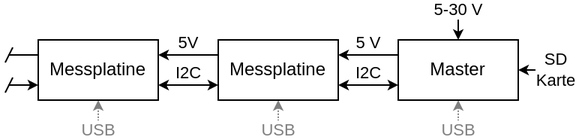
The draw.io diagram doc/img/arch_system.png in tstrahler/pwt-temp, before a commit. Source tidied: cells renumbered, new cells last; positions are measured from the earlier drawing's top-left corner, leaving out a move shared by most shapes. Source of this version:
```xml
<mxGraphModel>
  <root>
    <mxCell id="0" />
    <mxCell id="1" parent="0" />
    <mxCell id="2" value="USB" style="edgeStyle=orthogonalEdgeStyle;rounded=0;jettySize=auto;html=1;exitX=0.5;exitY=1;exitDx=0;exitDy=0;startArrow=classic;startFill=1;endArrow=none;endFill=0;startSize=4;endSize=4;strokeColor=#808080;fontColor=#808080;dashed=1;dashPattern=1 1;" parent="1" edge="1" source="5">
      <mxGeometry x="1" relative="1" as="geometry">
        <mxPoint x="62" y="80" as="targetPoint" />
      </mxGeometry>
    </mxCell>
    <mxCell id="3" style="edgeStyle=orthogonalEdgeStyle;rounded=0;jettySize=auto;html=1;exitX=0;exitY=0.75;exitDx=0;exitDy=0;startArrow=classic;startFill=1;endArrow=none;endFill=0;startSize=4;endSize=4;" parent="1" edge="1" source="5">
      <mxGeometry relative="1" as="geometry">
        <mxPoint x="2" y="50" as="targetPoint" />
      </mxGeometry>
    </mxCell>
    <mxCell id="4" style="edgeStyle=orthogonalEdgeStyle;rounded=0;jettySize=auto;html=1;exitX=0;exitY=0.25;exitDx=0;exitDy=0;startArrow=none;startFill=0;endArrow=none;endFill=0;startSize=4;endSize=4;" parent="1" edge="1" source="5">
      <mxGeometry relative="1" as="geometry">
        <mxPoint x="2" y="30.1" as="targetPoint" />
      </mxGeometry>
    </mxCell>
    <mxCell id="5" value="Messplatine" style="rounded=0;whiteSpace=wrap;html=1;strokeColor=#000000;fillColor=default;" parent="1" vertex="1">
      <mxGeometry x="22" y="20" width="80" height="40" as="geometry" />
    </mxCell>
    <mxCell id="6" value="&amp;nbsp;5V&amp;nbsp;" style="edgeStyle=orthogonalEdgeStyle;rounded=0;jettySize=auto;html=1;exitX=0;exitY=0.25;exitDx=0;exitDy=0;entryX=1;entryY=0.25;entryDx=0;entryDy=0;startArrow=none;startFill=0;endArrow=classic;endFill=1;startSize=4;endSize=4;spacingTop=4;" parent="1" edge="1" source="9" target="5">
      <mxGeometry y="-10" relative="1" as="geometry" />
    </mxCell>
    <mxCell id="7" value="USB" style="edgeStyle=orthogonalEdgeStyle;rounded=0;jettySize=auto;html=1;exitX=0.5;exitY=1;exitDx=0;exitDy=0;startArrow=classic;startFill=1;endArrow=none;endFill=0;startSize=4;endSize=4;strokeColor=#808080;fontColor=#808080;dashed=1;dashPattern=1 1;" parent="1" edge="1" source="9">
      <mxGeometry x="1" relative="1" as="geometry">
        <mxPoint x="182" y="80" as="targetPoint" />
      </mxGeometry>
    </mxCell>
    <mxCell id="8" value="I2C" style="edgeStyle=orthogonalEdgeStyle;rounded=0;jettySize=auto;html=1;exitX=0;exitY=0.75;exitDx=0;exitDy=0;entryX=1;entryY=0.75;entryDx=0;entryDy=0;startArrow=classic;startFill=1;endArrow=classic;endFill=1;startSize=4;endSize=4;spacingTop=4;" parent="1" edge="1" source="9" target="5">
      <mxGeometry y="-10" relative="1" as="geometry" />
    </mxCell>
    <mxCell id="9" value="Messplatine" style="rounded=0;whiteSpace=wrap;html=1;strokeColor=#000000;fillColor=default;" parent="1" vertex="1">
      <mxGeometry x="142" y="20" width="80" height="40" as="geometry" />
    </mxCell>
    <mxCell id="10" value="5-30 V" style="edgeStyle=orthogonalEdgeStyle;rounded=0;jettySize=auto;html=1;exitX=0.5;exitY=0;exitDx=0;exitDy=0;startSize=4;endSize=4;endArrow=none;endFill=0;startArrow=classic;startFill=1;" parent="1" edge="1" source="15">
      <mxGeometry x="1" relative="1" as="geometry">
        <mxPoint x="302" as="targetPoint" />
      </mxGeometry>
    </mxCell>
    <mxCell id="11" value="&amp;nbsp;5 V&amp;nbsp;" style="edgeStyle=orthogonalEdgeStyle;rounded=0;jettySize=auto;html=1;exitX=0;exitY=0.25;exitDx=0;exitDy=0;entryX=1;entryY=0.25;entryDx=0;entryDy=0;startArrow=none;startFill=0;endArrow=classic;endFill=1;startSize=4;endSize=4;spacingTop=4;" parent="1" edge="1" source="15" target="9">
      <mxGeometry y="-10" relative="1" as="geometry" />
    </mxCell>
    <mxCell id="12" value="USB" style="edgeStyle=orthogonalEdgeStyle;rounded=0;jettySize=auto;html=1;exitX=0.5;exitY=1;exitDx=0;exitDy=0;startArrow=classic;startFill=1;endArrow=none;endFill=0;startSize=4;endSize=4;strokeColor=#808080;fontColor=#808080;dashed=1;dashPattern=1 1;" parent="1" edge="1" source="15">
      <mxGeometry x="1" relative="1" as="geometry">
        <mxPoint x="302" y="80" as="targetPoint" />
      </mxGeometry>
    </mxCell>
    <mxCell id="13" value="I2C" style="edgeStyle=orthogonalEdgeStyle;rounded=0;jettySize=auto;html=1;exitX=0;exitY=0.75;exitDx=0;exitDy=0;entryX=1;entryY=0.75;entryDx=0;entryDy=0;startArrow=classic;startFill=1;endArrow=classic;endFill=1;startSize=4;endSize=4;spacingTop=4;" parent="1" edge="1" source="15" target="9">
      <mxGeometry y="-10" relative="1" as="geometry" />
    </mxCell>
    <mxCell id="14" value="SD&lt;br&gt;Karte" style="edgeStyle=orthogonalEdgeStyle;rounded=0;jettySize=auto;html=1;exitX=1;exitY=0.5;exitDx=0;exitDy=0;startArrow=classic;startFill=1;endArrow=none;endFill=0;startSize=4;endSize=4;" parent="1" edge="1" source="15">
      <mxGeometry x="1" relative="1" as="geometry">
        <mxPoint x="367" y="40" as="targetPoint" />
      </mxGeometry>
    </mxCell>
    <mxCell id="15" value="Master" style="rounded=0;whiteSpace=wrap;html=1;strokeColor=#000000;fillColor=default;" parent="1" vertex="1">
      <mxGeometry x="262" y="20" width="80" height="40" as="geometry" />
    </mxCell>
    <mxCell id="16" style="endArrow=none;html=1;rounded=0;startSize=4;endSize=4;" parent="1" edge="1">
      <mxGeometry relative="1" as="geometry">
        <mxPoint y="35" as="sourcePoint" />
        <mxPoint x="5" y="25" as="targetPoint" />
      </mxGeometry>
    </mxCell>
    <mxCell id="17" style="endArrow=none;html=1;rounded=0;startSize=4;endSize=4;" parent="1" edge="1">
      <mxGeometry relative="1" as="geometry">
        <mxPoint y="55" as="sourcePoint" />
        <mxPoint x="5" y="45" as="targetPoint" />
      </mxGeometry>
    </mxCell>
  </root>
</mxGraphModel>
```
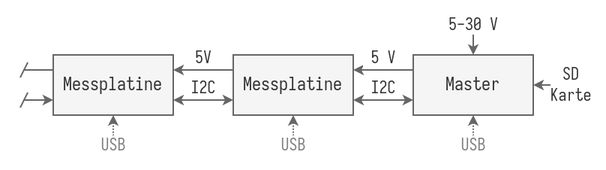
Above is the later version.

What changed in the source:
```diff
@@ -2,69 +2,69 @@
   <root>
     <mxCell id="0" />
     <mxCell id="1" parent="0" />
-    <mxCell id="2" value="USB" style="edgeStyle=orthogonalEdgeStyle;rounded=0;jettySize=auto;html=1;exitX=0.5;exitY=1;exitDx=0;exitDy=0;startArrow=classic;startFill=1;endArrow=none;endFill=0;startSize=4;endSize=4;strokeColor=#808080;fontColor=#808080;dashed=1;dashPattern=1 1;" parent="1" edge="1" source="5">
+    <mxCell id="2" value="USB" style="edgeStyle=orthogonalEdgeStyle;rounded=0;jettySize=auto;html=1;exitX=0.5;exitY=1;exitDx=0;exitDy=0;startArrow=classic;startFill=1;endArrow=none;endFill=0;startSize=4;endSize=4;strokeColor=#666666;fontColor=#808080;dashed=1;dashPattern=1 1;fillColor=#f5f5f5;fontFamily=Iosevka;" parent="1" edge="1" source="5">
       <mxGeometry x="1" relative="1" as="geometry">
         <mxPoint x="62" y="80" as="targetPoint" />
       </mxGeometry>
     </mxCell>
-    <mxCell id="3" style="edgeStyle=orthogonalEdgeStyle;rounded=0;jettySize=auto;html=1;exitX=0;exitY=0.75;exitDx=0;exitDy=0;startArrow=classic;startFill=1;endArrow=none;endFill=0;startSize=4;endSize=4;" parent="1" edge="1" source="5">
+    <mxCell id="3" style="edgeStyle=orthogonalEdgeStyle;rounded=0;jettySize=auto;html=1;exitX=0;exitY=0.75;exitDx=0;exitDy=0;startArrow=classic;startFill=1;endArrow=none;endFill=0;startSize=4;endSize=4;fillColor=#f5f5f5;strokeColor=#666666;fontFamily=Iosevka;" parent="1" edge="1" source="5">
       <mxGeometry relative="1" as="geometry">
         <mxPoint x="2" y="50" as="targetPoint" />
       </mxGeometry>
     </mxCell>
-    <mxCell id="4" style="edgeStyle=orthogonalEdgeStyle;rounded=0;jettySize=auto;html=1;exitX=0;exitY=0.25;exitDx=0;exitDy=0;startArrow=none;startFill=0;endArrow=none;endFill=0;startSize=4;endSize=4;" parent="1" edge="1" source="5">
+    <mxCell id="4" style="edgeStyle=orthogonalEdgeStyle;rounded=0;jettySize=auto;html=1;exitX=0;exitY=0.25;exitDx=0;exitDy=0;startArrow=none;startFill=0;endArrow=none;endFill=0;startSize=4;endSize=4;fillColor=#f5f5f5;strokeColor=#666666;fontFamily=Iosevka;" parent="1" edge="1" source="5">
       <mxGeometry relative="1" as="geometry">
         <mxPoint x="2" y="30.1" as="targetPoint" />
       </mxGeometry>
     </mxCell>
-    <mxCell id="5" value="Messplatine" style="rounded=0;whiteSpace=wrap;html=1;strokeColor=#000000;fillColor=default;" parent="1" vertex="1">
+    <mxCell id="5" value="Messplatine" style="rounded=0;whiteSpace=wrap;html=1;strokeColor=#666666;fillColor=#f5f5f5;fontColor=#333333;fontFamily=Iosevka;" parent="1" vertex="1">
       <mxGeometry x="22" y="20" width="80" height="40" as="geometry" />
     </mxCell>
-    <mxCell id="6" value="&amp;nbsp;5V&amp;nbsp;" style="edgeStyle=orthogonalEdgeStyle;rounded=0;jettySize=auto;html=1;exitX=0;exitY=0.25;exitDx=0;exitDy=0;entryX=1;entryY=0.25;entryDx=0;entryDy=0;startArrow=none;startFill=0;endArrow=classic;endFill=1;startSize=4;endSize=4;spacingTop=4;" parent="1" edge="1" source="9" target="5">
+    <mxCell id="6" value="&amp;nbsp;5V&amp;nbsp;" style="edgeStyle=orthogonalEdgeStyle;rounded=0;jettySize=auto;html=1;exitX=0;exitY=0.25;exitDx=0;exitDy=0;entryX=1;entryY=0.25;entryDx=0;entryDy=0;startArrow=none;startFill=0;endArrow=classic;endFill=1;startSize=4;endSize=4;spacingTop=4;fillColor=#f5f5f5;strokeColor=#666666;fontFamily=Iosevka;fontColor=#333333;" parent="1" edge="1" source="9" target="5">
       <mxGeometry y="-10" relative="1" as="geometry" />
     </mxCell>
-    <mxCell id="7" value="USB" style="edgeStyle=orthogonalEdgeStyle;rounded=0;jettySize=auto;html=1;exitX=0.5;exitY=1;exitDx=0;exitDy=0;startArrow=classic;startFill=1;endArrow=none;endFill=0;startSize=4;endSize=4;strokeColor=#808080;fontColor=#808080;dashed=1;dashPattern=1 1;" parent="1" edge="1" source="9">
+    <mxCell id="7" value="USB" style="edgeStyle=orthogonalEdgeStyle;rounded=0;jettySize=auto;html=1;exitX=0.5;exitY=1;exitDx=0;exitDy=0;startArrow=classic;startFill=1;endArrow=none;endFill=0;startSize=4;endSize=4;strokeColor=#666666;fontColor=#808080;dashed=1;dashPattern=1 1;fillColor=#f5f5f5;fontFamily=Iosevka;" parent="1" edge="1" source="9">
       <mxGeometry x="1" relative="1" as="geometry">
         <mxPoint x="182" y="80" as="targetPoint" />
       </mxGeometry>
     </mxCell>
-    <mxCell id="8" value="I2C" style="edgeStyle=orthogonalEdgeStyle;rounded=0;jettySize=auto;html=1;exitX=0;exitY=0.75;exitDx=0;exitDy=0;entryX=1;entryY=0.75;entryDx=0;entryDy=0;startArrow=classic;startFill=1;endArrow=classic;endFill=1;startSize=4;endSize=4;spacingTop=4;" parent="1" edge="1" source="9" target="5">
+    <mxCell id="8" value="I2C" style="edgeStyle=orthogonalEdgeStyle;rounded=0;jettySize=auto;html=1;exitX=0;exitY=0.75;exitDx=0;exitDy=0;entryX=1;entryY=0.75;entryDx=0;entryDy=0;startArrow=classic;startFill=1;endArrow=classic;endFill=1;startSize=4;endSize=4;spacingTop=4;fillColor=#f5f5f5;strokeColor=#666666;fontFamily=Iosevka;fontColor=#333333;" parent="1" edge="1" source="9" target="5">
       <mxGeometry y="-10" relative="1" as="geometry" />
     </mxCell>
-    <mxCell id="9" value="Messplatine" style="rounded=0;whiteSpace=wrap;html=1;strokeColor=#000000;fillColor=default;" parent="1" vertex="1">
+    <mxCell id="9" value="Messplatine" style="rounded=0;whiteSpace=wrap;html=1;strokeColor=#666666;fillColor=#f5f5f5;fontColor=#333333;fontFamily=Iosevka;" parent="1" vertex="1">
       <mxGeometry x="142" y="20" width="80" height="40" as="geometry" />
     </mxCell>
-    <mxCell id="10" value="5-30 V" style="edgeStyle=orthogonalEdgeStyle;rounded=0;jettySize=auto;html=1;exitX=0.5;exitY=0;exitDx=0;exitDy=0;startSize=4;endSize=4;endArrow=none;endFill=0;startArrow=classic;startFill=1;" parent="1" edge="1" source="15">
+    <mxCell id="10" value="5-30 V" style="edgeStyle=orthogonalEdgeStyle;rounded=0;jettySize=auto;html=1;exitX=0.5;exitY=0;exitDx=0;exitDy=0;startSize=4;endSize=4;endArrow=none;endFill=0;startArrow=classic;startFill=1;fillColor=#f5f5f5;strokeColor=#666666;fontFamily=Iosevka;fontColor=#333333;" parent="1" edge="1" source="15">
       <mxGeometry x="1" relative="1" as="geometry">
         <mxPoint x="302" as="targetPoint" />
       </mxGeometry>
     </mxCell>
-    <mxCell id="11" value="&amp;nbsp;5 V&amp;nbsp;" style="edgeStyle=orthogonalEdgeStyle;rounded=0;jettySize=auto;html=1;exitX=0;exitY=0.25;exitDx=0;exitDy=0;entryX=1;entryY=0.25;entryDx=0;entryDy=0;startArrow=none;startFill=0;endArrow=classic;endFill=1;startSize=4;endSize=4;spacingTop=4;" parent="1" edge="1" source="15" target="9">
+    <mxCell id="11" value="&amp;nbsp;5 V&amp;nbsp;" style="edgeStyle=orthogonalEdgeStyle;rounded=0;jettySize=auto;html=1;exitX=0;exitY=0.25;exitDx=0;exitDy=0;entryX=1;entryY=0.25;entryDx=0;entryDy=0;startArrow=none;startFill=0;endArrow=classic;endFill=1;startSize=4;endSize=4;spacingTop=4;fillColor=#f5f5f5;strokeColor=#666666;fontFamily=Iosevka;fontColor=#333333;" parent="1" edge="1" source="15" target="9">
       <mxGeometry y="-10" relative="1" as="geometry" />
     </mxCell>
-    <mxCell id="12" value="USB" style="edgeStyle=orthogonalEdgeStyle;rounded=0;jettySize=auto;html=1;exitX=0.5;exitY=1;exitDx=0;exitDy=0;startArrow=classic;startFill=1;endArrow=none;endFill=0;startSize=4;endSize=4;strokeColor=#808080;fontColor=#808080;dashed=1;dashPattern=1 1;" parent="1" edge="1" source="15">
+    <mxCell id="12" value="USB" style="edgeStyle=orthogonalEdgeStyle;rounded=0;jettySize=auto;html=1;exitX=0.5;exitY=1;exitDx=0;exitDy=0;startArrow=classic;startFill=1;endArrow=none;endFill=0;startSize=4;endSize=4;strokeColor=#666666;fontColor=#808080;dashed=1;dashPattern=1 1;fillColor=#f5f5f5;fontFamily=Iosevka;" parent="1" edge="1" source="15">
       <mxGeometry x="1" relative="1" as="geometry">
         <mxPoint x="302" y="80" as="targetPoint" />
       </mxGeometry>
     </mxCell>
-    <mxCell id="13" value="I2C" style="edgeStyle=orthogonalEdgeStyle;rounded=0;jettySize=auto;html=1;exitX=0;exitY=0.75;exitDx=0;exitDy=0;entryX=1;entryY=0.75;entryDx=0;entryDy=0;startArrow=classic;startFill=1;endArrow=classic;endFill=1;startSize=4;endSize=4;spacingTop=4;" parent="1" edge="1" source="15" target="9">
+    <mxCell id="13" value="I2C" style="edgeStyle=orthogonalEdgeStyle;rounded=0;jettySize=auto;html=1;exitX=0;exitY=0.75;exitDx=0;exitDy=0;entryX=1;entryY=0.75;entryDx=0;entryDy=0;startArrow=classic;startFill=1;endArrow=classic;endFill=1;startSize=4;endSize=4;spacingTop=4;fillColor=#f5f5f5;strokeColor=#666666;fontFamily=Iosevka;fontColor=#333333;" parent="1" edge="1" source="15" target="9">
       <mxGeometry y="-10" relative="1" as="geometry" />
     </mxCell>
-    <mxCell id="14" value="SD&lt;br&gt;Karte" style="edgeStyle=orthogonalEdgeStyle;rounded=0;jettySize=auto;html=1;exitX=1;exitY=0.5;exitDx=0;exitDy=0;startArrow=classic;startFill=1;endArrow=none;endFill=0;startSize=4;endSize=4;" parent="1" edge="1" source="15">
+    <mxCell id="14" value="SD&lt;br&gt;Karte" style="edgeStyle=orthogonalEdgeStyle;rounded=0;jettySize=auto;html=1;exitX=1;exitY=0.5;exitDx=0;exitDy=0;startArrow=classic;startFill=1;endArrow=none;endFill=0;startSize=4;endSize=4;fillColor=#f5f5f5;strokeColor=#666666;fontFamily=Iosevka;fontColor=#333333;" parent="1" edge="1" source="15">
       <mxGeometry x="1" relative="1" as="geometry">
         <mxPoint x="367" y="40" as="targetPoint" />
       </mxGeometry>
     </mxCell>
-    <mxCell id="15" value="Master" style="rounded=0;whiteSpace=wrap;html=1;strokeColor=#000000;fillColor=default;" parent="1" vertex="1">
+    <mxCell id="15" value="Master" style="rounded=0;whiteSpace=wrap;html=1;strokeColor=#666666;fillColor=#f5f5f5;fontColor=#333333;fontFamily=Iosevka;" parent="1" vertex="1">
       <mxGeometry x="262" y="20" width="80" height="40" as="geometry" />
     </mxCell>
-    <mxCell id="16" style="endArrow=none;html=1;rounded=0;startSize=4;endSize=4;" parent="1" edge="1">
+    <mxCell id="16" style="endArrow=none;html=1;rounded=0;startSize=4;endSize=4;fillColor=#f5f5f5;strokeColor=#666666;fontFamily=Iosevka;" parent="1" edge="1">
       <mxGeometry relative="1" as="geometry">
         <mxPoint y="35" as="sourcePoint" />
         <mxPoint x="5" y="25" as="targetPoint" />
       </mxGeometry>
     </mxCell>
-    <mxCell id="17" style="endArrow=none;html=1;rounded=0;startSize=4;endSize=4;" parent="1" edge="1">
+    <mxCell id="17" style="endArrow=none;html=1;rounded=0;startSize=4;endSize=4;fillColor=#f5f5f5;strokeColor=#666666;fontFamily=Iosevka;" parent="1" edge="1">
       <mxGeometry relative="1" as="geometry">
         <mxPoint y="55" as="sourcePoint" />
         <mxPoint x="5" y="45" as="targetPoint" />
```
